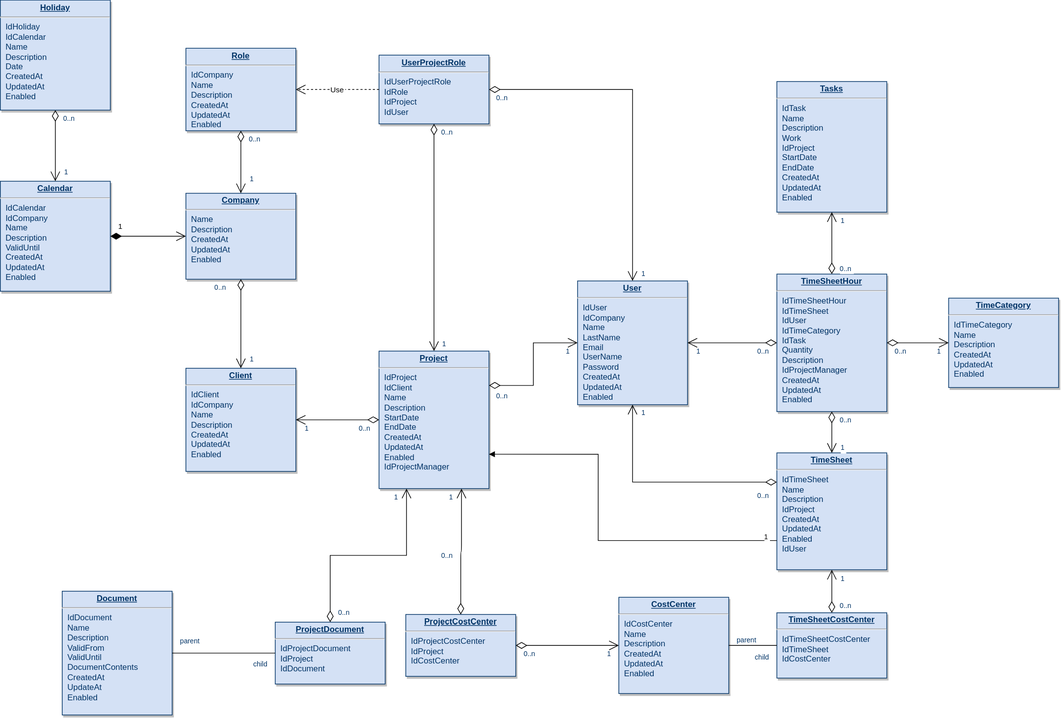
Above: docs/drawio/diagrams/data-model.drawio.svg in Sage-Bionetworks/sage-monorepo (draw.io), before the change. Source tidied: cells renumbered, new cells last; positions are measured from the earlier drawing's top-left corner, leaving out a move shared by most shapes.
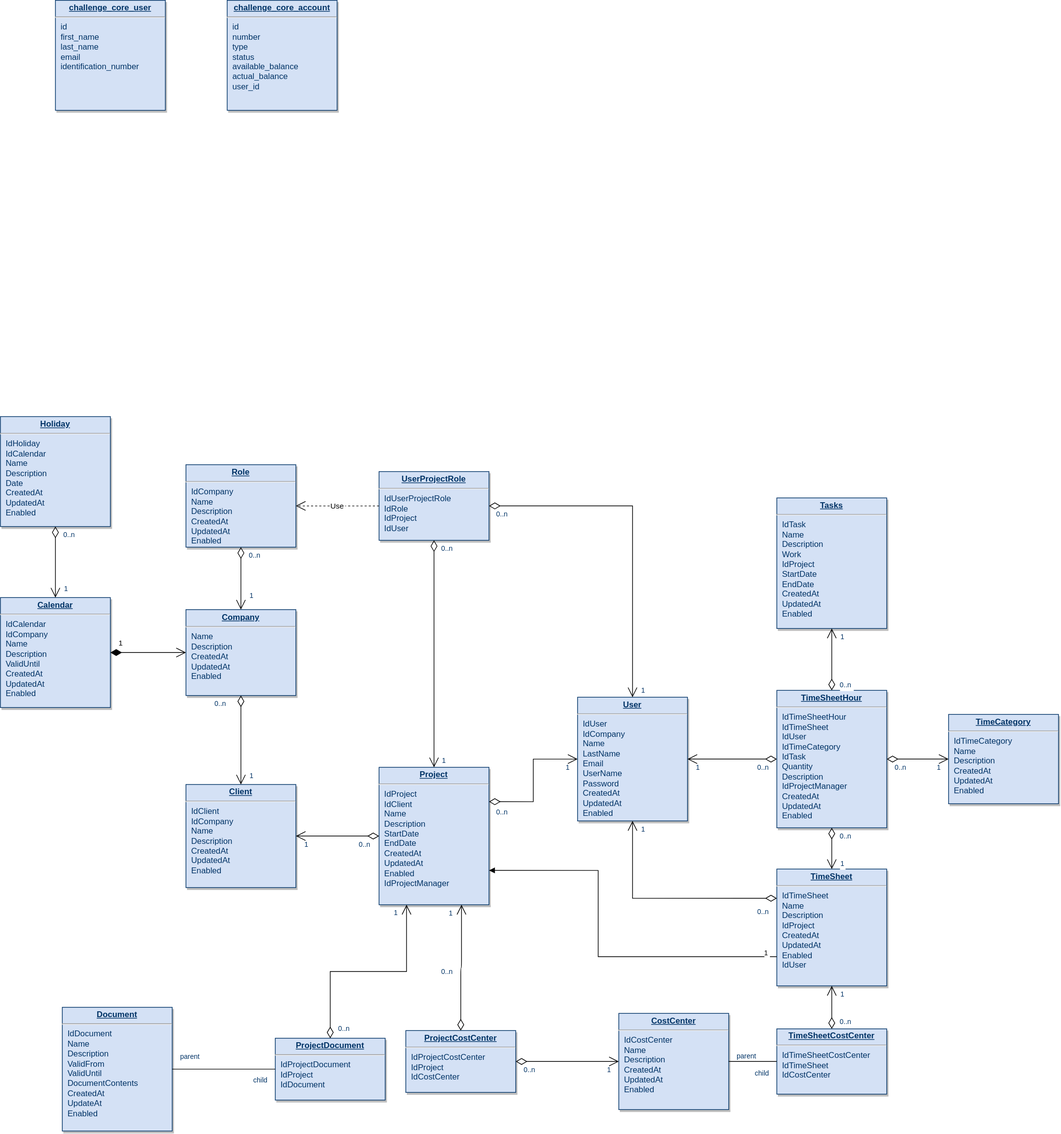
The same diagram one commit later.

What changed in the source:
```diff
@@ -306,5 +306,11 @@
         <mxPoint x="-20" y="2.5" as="offset" />
       </mxGeometry>
     </mxCell>
+    <mxCell id="77" value="&lt;p style=&quot;margin: 0px; margin-top: 4px; text-align: center; text-decoration: underline;&quot;&gt;&lt;strong&gt;challenge_core_user&lt;/strong&gt;&lt;/p&gt;&lt;hr&gt;&lt;p style=&quot;margin: 0px; margin-left: 8px;&quot;&gt;id&lt;/p&gt;&lt;p style=&quot;margin: 0px; margin-left: 8px;&quot;&gt;first_name&lt;/p&gt;&lt;p style=&quot;margin: 0px; margin-left: 8px;&quot;&gt;last_name&lt;/p&gt;&lt;p style=&quot;margin: 0px; margin-left: 8px;&quot;&gt;email&lt;/p&gt;&lt;p style=&quot;margin: 0px; margin-left: 8px;&quot;&gt;identification_number&lt;br&gt;&lt;/p&gt;" style="verticalAlign=top;align=left;overflow=fill;fontSize=12;fontFamily=Helvetica;html=1;strokeColor=#003366;shadow=1;fillColor=#D4E1F5;fontColor=#003366;" parent="1" vertex="1">
+      <mxGeometry x="80" y="-606" width="160" height="160" as="geometry" />
+    </mxCell>
+    <mxCell id="78" value="&lt;p style=&quot;margin: 0px; margin-top: 4px; text-align: center; text-decoration: underline;&quot;&gt;&lt;strong&gt;challenge_core_account&lt;/strong&gt;&lt;/p&gt;&lt;hr&gt;&lt;p style=&quot;margin: 0px; margin-left: 8px;&quot;&gt;id&lt;/p&gt;&lt;p style=&quot;margin: 0px; margin-left: 8px;&quot;&gt;number&lt;/p&gt;&lt;p style=&quot;margin: 0px; margin-left: 8px;&quot;&gt;type&lt;/p&gt;&lt;p style=&quot;margin: 0px; margin-left: 8px;&quot;&gt;status&lt;/p&gt;&lt;p style=&quot;margin: 0px; margin-left: 8px;&quot;&gt;available_balance&lt;br&gt;&lt;/p&gt;&lt;p style=&quot;margin: 0px; margin-left: 8px;&quot;&gt;actual_balance&lt;/p&gt;&lt;p style=&quot;margin: 0px; margin-left: 8px;&quot;&gt;user_id&lt;br&gt;&lt;/p&gt;" style="verticalAlign=top;align=left;overflow=fill;fontSize=12;fontFamily=Helvetica;html=1;strokeColor=#003366;shadow=1;fillColor=#D4E1F5;fontColor=#003366;" parent="1" vertex="1">
+      <mxGeometry x="330" y="-606" width="160" height="160" as="geometry" />
+    </mxCell>
   </root>
 </mxGraphModel>
```
